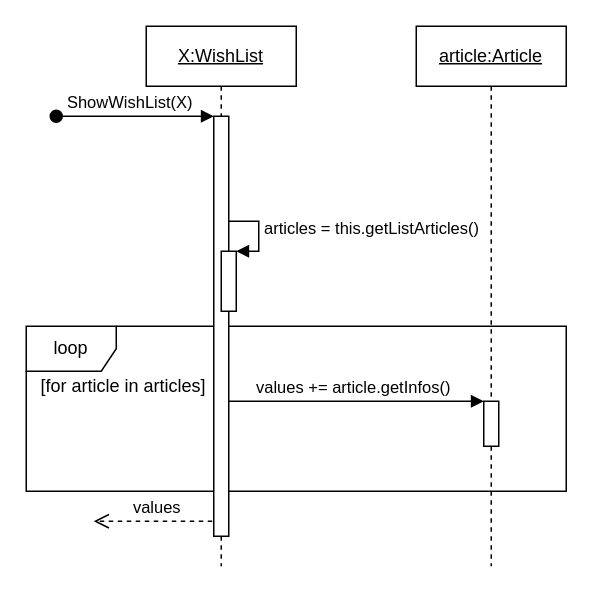
NNepper/LSINF1225-2020-GroupeL1.1-WishList keeps this draw.io diagram as Diagrammes/SequenceDiagrams/showWishlist.drawio. Above is the earlier version. Source tidied: cells renumbered, new cells numbered last; positions are measured from the earlier drawing's top-left corner, leaving out a move shared by most shapes. Both pictures are drawn from the tidied source at 150%, with x=0, y=0 at pixel (26, 26).
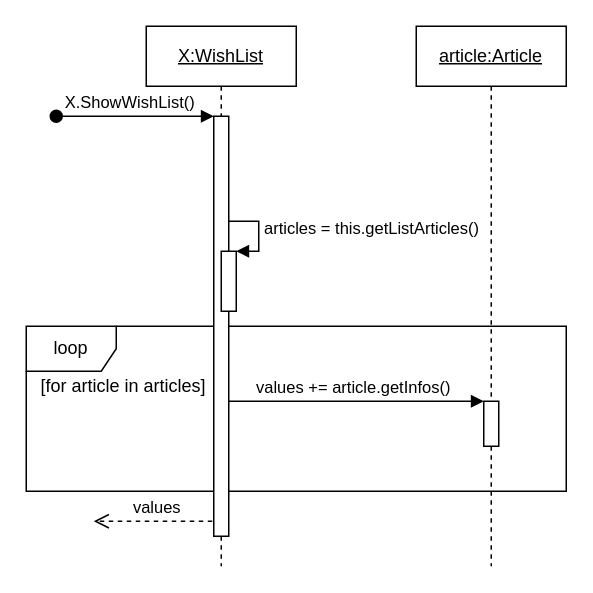
The same diagram, later.

Commit message (it also covers changes not shown here):
Correction dispatch du diagramme showWishlist + correction classDiagram quantité produit String -> int

What changed in the source:
```diff
@@
 <mxGraphModel>
   <root>
     <mxCell id="0" />
     <mxCell id="1" parent="0" />
     <mxCell id="2" value="loop" style="shape=umlFrame;whiteSpace=wrap;html=1;" parent="1" vertex="1">
       <mxGeometry y="200" width="360" height="110" as="geometry" />
     </mxCell>
     <mxCell id="3" value="values" style="html=1;verticalAlign=bottom;endArrow=open;dashed=1;endSize=8;" parent="1" edge="1">
       <mxGeometry relative="1" as="geometry">
         <mxPoint x="130" y="330" as="sourcePoint" />
         <mxPoint x="45" y="330" as="targetPoint" />
       </mxGeometry>
     </mxCell>
     <mxCell id="4" value="values += article.getInfos()" style="html=1;verticalAlign=bottom;endArrow=block;entryX=0;entryY=0;exitX=1;exitY=1;exitDx=0;exitDy=0;" parent="1" edge="1" source="11" target="10">
       <mxGeometry relative="1" as="geometry" />
     </mxCell>
     <mxCell id="5" value="&lt;u&gt;X:WishList&lt;/u&gt;" style="shape=umlLifeline;perimeter=lifelinePerimeter;whiteSpace=wrap;html=1;" parent="1" vertex="1">
       <mxGeometry x="80" width="100" height="360" as="geometry" />
     </mxCell>
     <mxCell id="6" value="&lt;span style=&quot;text-align: center&quot;&gt;articles = this.getListArticles()&lt;/span&gt;" style="edgeStyle=orthogonalEdgeStyle;html=1;align=left;spacingLeft=2;endArrow=block;rounded=0;entryX=1;entryY=0;" parent="5" edge="1" target="8">
       <mxGeometry relative="1" as="geometry">
         <mxPoint x="50" y="130" as="sourcePoint" />
         <Array as="points">
           <mxPoint x="75" y="130" />
         </Array>
       </mxGeometry>
     </mxCell>
     <mxCell id="7" style="html=1;points=[];perimeter=orthogonalPerimeter;" parent="5" vertex="1">
       <mxGeometry x="45" y="60" width="10" height="280" as="geometry" />
     </mxCell>
     <mxCell id="8" style="html=1;points=[];perimeter=orthogonalPerimeter;" parent="5" vertex="1">
       <mxGeometry x="50" y="150" width="10" height="40" as="geometry" />
     </mxCell>
     <mxCell id="9" value="&lt;u&gt;article:Article&lt;/u&gt;" style="shape=umlLifeline;perimeter=lifelinePerimeter;whiteSpace=wrap;html=1;" parent="1" vertex="1">
       <mxGeometry x="260" width="100" height="360" as="geometry" />
     </mxCell>
     <mxCell id="10" style="html=1;points=[];perimeter=orthogonalPerimeter;" parent="9" vertex="1">
       <mxGeometry x="45" y="250" width="10" height="30" as="geometry" />
     </mxCell>
     <mxCell id="11" value="[for article in articles]" style="text;html=1;strokeColor=none;fillColor=none;align=center;verticalAlign=middle;whiteSpace=wrap;rounded=0;" parent="1" vertex="1">
       <mxGeometry y="230" width="130" height="20" as="geometry" />
     </mxCell>
-    <mxCell id="12" value="ShowWishList(X)" style="html=1;verticalAlign=bottom;startArrow=oval;endArrow=block;startSize=8;" parent="1" edge="1" target="7">
+    <mxCell id="12" value="X.ShowWishList()" style="html=1;verticalAlign=bottom;startArrow=oval;endArrow=block;startSize=8;" parent="1" edge="1" target="7">
       <mxGeometry x="-0.06" relative="1" as="geometry">
         <mxPoint x="20" y="60" as="sourcePoint" />
       </mxGeometry>
     </mxCell>
   </root>
 </mxGraphModel>
```
